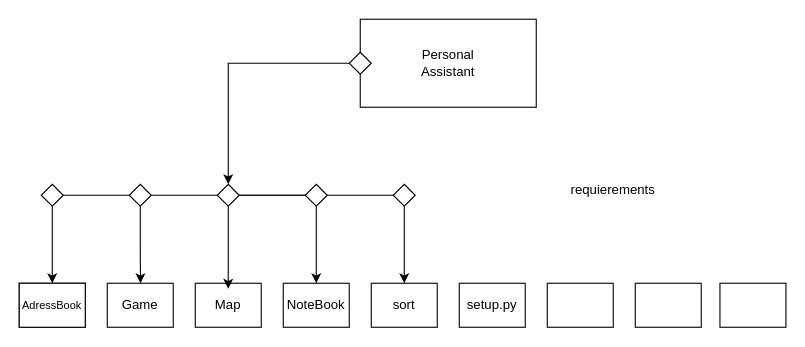
Above: Діаграма без назви.drawio in sirko2a1/PyWebDZ (draw.io), before the change. Source tidied: cells renumbered, new cells numbered last; positions are measured from the earlier drawing's top-left corner, leaving out a move shared by most shapes. Both pictures are drawn from the tidied source at 110%, with x=0, y=0 at pixel (19, 19).
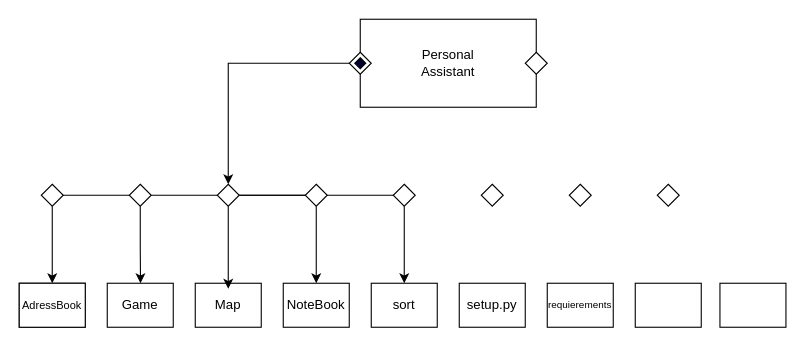
The same diagram, later.

The change refers to these unchanged cells:
```xml
<mxCell id="2" style="group;" parent="1" vertex="1">
  <mxGeometry x="310" width="160" height="90" as="geometry" />
</mxCell>
```

The edit, as a diff of the source:
```diff
@@
+    <mxCell id="44" style="rhombus;whiteSpace=wrap;html=1;fillColor=#000033;" parent="2" vertex="1">
+      <mxGeometry x="-5" y="35" width="10" height="10" as="geometry" />
+    </mxCell>
@@
-    <mxCell id="43" value="requierements" style="text;html=1;strokeColor=none;fillColor=none;align=center;verticalAlign=middle;whiteSpace=wrap;rounded=0;strokeWidth=8;perimeterSpacing=8;" parent="1" vertex="1">
-      <mxGeometry x="510" y="140" width="60" height="30" as="geometry" />
+    <mxCell id="43" value="requierements" style="text;html=1;strokeColor=none;fillColor=none;align=center;verticalAlign=middle;whiteSpace=wrap;rounded=0;strokeWidth=8;perimeterSpacing=8;fontSize=9;" parent="1" vertex="1">
+      <mxGeometry x="505" y="245" width="10" height="30" as="geometry" />
     </mxCell>
+    <mxCell id="45" style="rhombus;whiteSpace=wrap;html=1;" parent="1" vertex="1">
+      <mxGeometry x="420" y="150" width="20" height="20" as="geometry" />
+    </mxCell>
+    <mxCell id="46" style="rhombus;whiteSpace=wrap;html=1;" parent="1" vertex="1">
+      <mxGeometry x="500" y="150" width="20" height="20" as="geometry" />
+    </mxCell>
+    <mxCell id="47" style="rhombus;whiteSpace=wrap;html=1;" parent="1" vertex="1">
+      <mxGeometry x="580" y="150" width="20" height="20" as="geometry" />
+    </mxCell>
+    <mxCell id="48" style="rhombus;whiteSpace=wrap;html=1;" parent="1" vertex="1">
+      <mxGeometry x="460" y="30" width="20" height="20" as="geometry" />
+    </mxCell>
```
